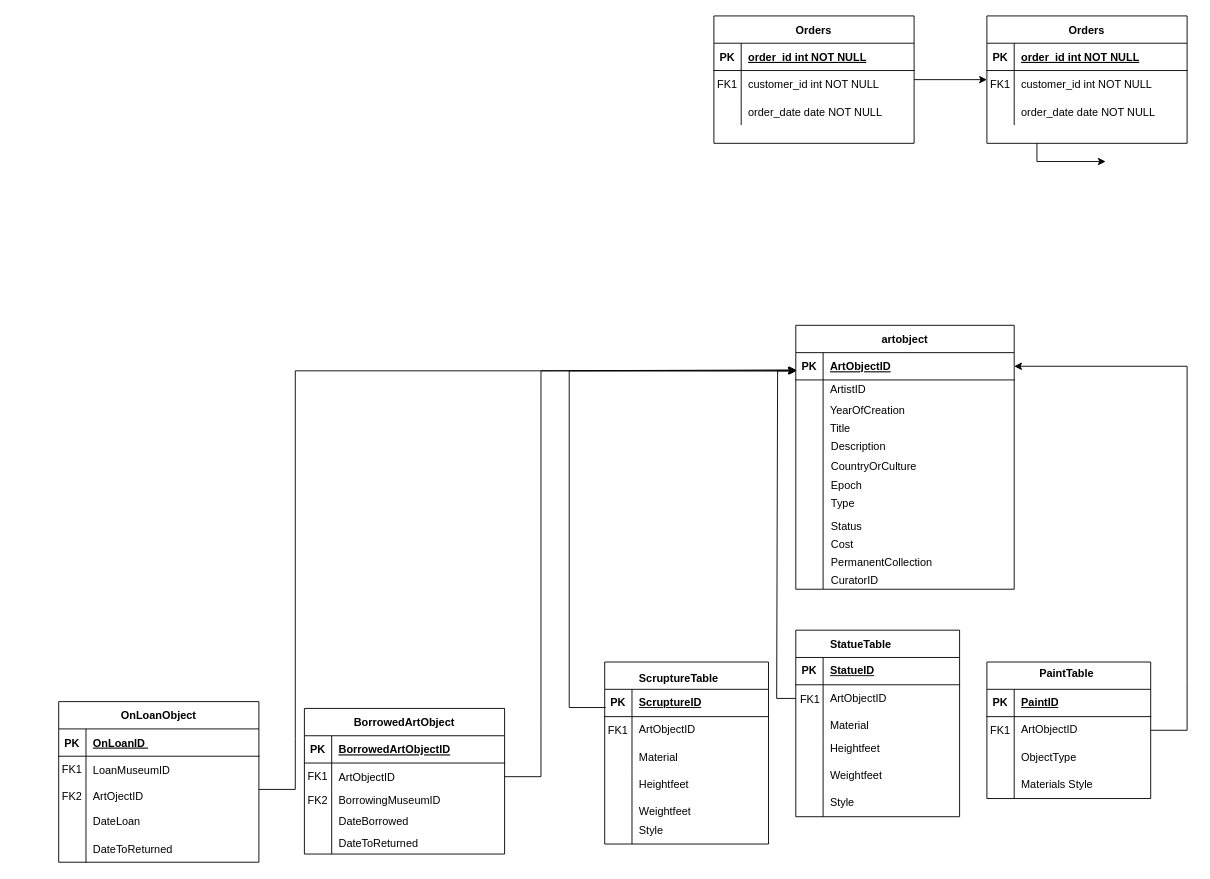
The draw.io diagram 未命名绘图.drawio in rz871256465/ERmodel, before the edit. Source tidied: cells renumbered, new cells numbered last; positions are measured from the earlier drawing's top-left corner, leaving out a move shared by most shapes. Both pictures are drawn from the tidied source at 91%, with x=0, y=0 at pixel (58, 15).
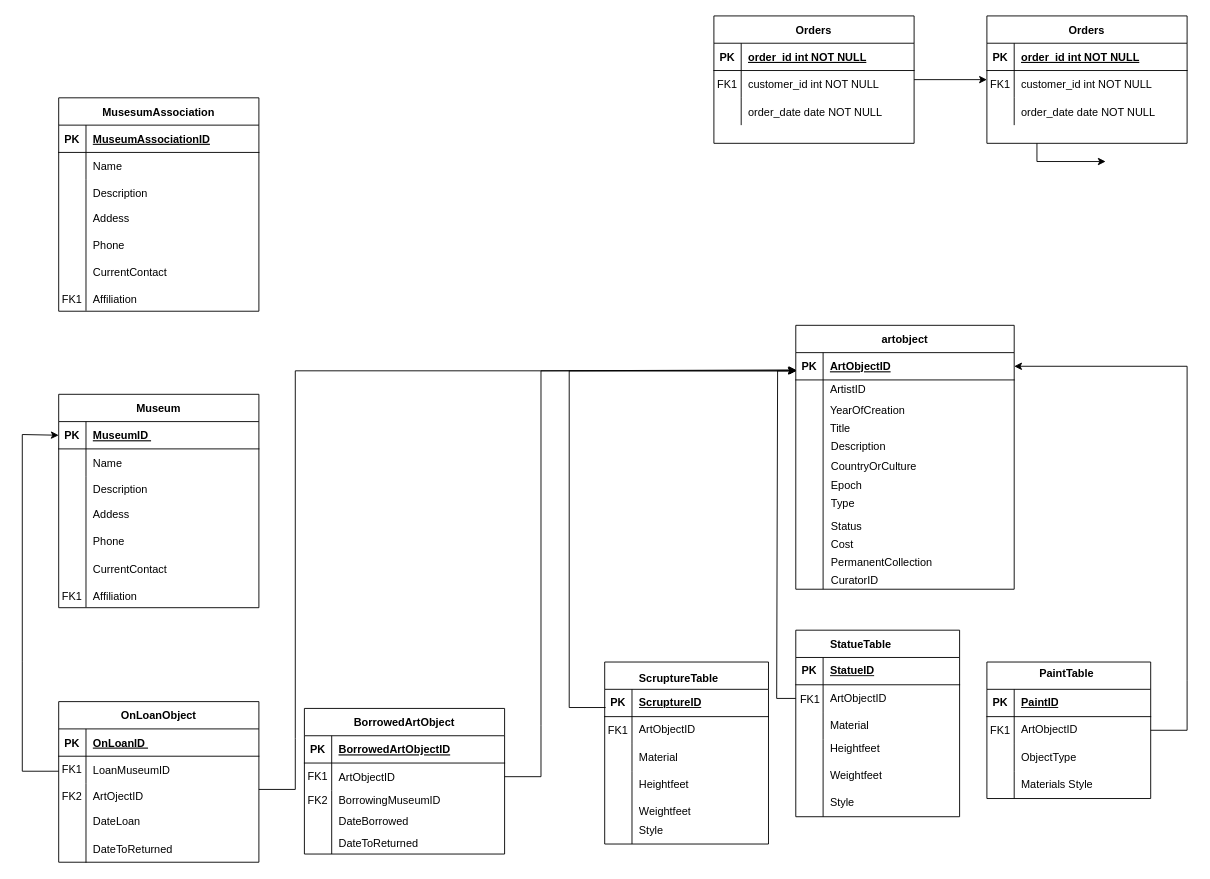
The same diagram, later.

Commit message (it also covers changes not shown here):
更新未命名绘图.drawio

The edit, as a diff of the source:
```diff
@@
+    <mxCell id="130" value="Museum" style="shape=table;startSize=30;childLayout=tableLayout;rowLines=0;fontStyle=1;align=center;" parent="1" vertex="1">
+      <mxGeometry y="415.8" width="220" height="234.5" as="geometry" />
+    </mxCell>
+    <mxCell id="131" style="shape=partialRectangle;fillColor=none;top=0;left=0;right=0;bottom=1;" parent="130" vertex="1">
+      <mxGeometry y="30" width="220" height="30" as="geometry" />
+    </mxCell>
+    <mxCell id="132" value="PK" style="shape=partialRectangle;overflow=hidden;fillColor=none;top=0;left=0;bottom=0;right=0;fontStyle=1;" parent="131" vertex="1">
+      <mxGeometry width="30" height="30" as="geometry" />
+    </mxCell>
+    <mxCell id="133" value="MuseumID " style="shape=partialRectangle;overflow=hidden;fillColor=none;top=0;left=0;bottom=0;right=0;align=left;spacingLeft=6;fontStyle=5;" parent="131" vertex="1">
+      <mxGeometry x="30" width="190" height="30" as="geometry" />
+    </mxCell>
+    <mxCell id="134" style="shape=partialRectangle;fillColor=none;top=0;left=0;right=0;bottom=0;" parent="130" vertex="1">
+      <mxGeometry y="60" width="220" height="30" as="geometry" />
+    </mxCell>
+    <mxCell id="135" style="shape=partialRectangle;overflow=hidden;fillColor=none;top=0;left=0;bottom=0;right=0;" parent="134" vertex="1">
+      <mxGeometry width="30" height="30" as="geometry" />
+    </mxCell>
+    <mxCell id="136" value="Name" style="shape=partialRectangle;overflow=hidden;fillColor=none;top=0;left=0;bottom=0;right=0;align=left;spacingLeft=6;" parent="134" vertex="1">
+      <mxGeometry x="30" width="190" height="30" as="geometry" />
+    </mxCell>
+    <mxCell id="137" style="shape=partialRectangle;fillColor=none;top=0;left=0;right=0;bottom=0;" parent="130" vertex="1">
+      <mxGeometry y="90" width="220" height="144" as="geometry" />
+    </mxCell>
+    <mxCell id="138" style="shape=partialRectangle;overflow=hidden;fillColor=none;top=0;left=0;bottom=0;right=0;" parent="137" vertex="1">
+      <mxGeometry width="30" height="144" as="geometry" />
+    </mxCell>
+    <mxCell id="139" style="shape=partialRectangle;overflow=hidden;fillColor=none;top=0;left=0;bottom=0;right=0;align=left;spacingLeft=6;" parent="137" vertex="1">
+      <mxGeometry x="30" width="190" height="144" as="geometry" />
+    </mxCell>
+    <mxCell id="140" value="Addess" style="shape=partialRectangle;overflow=hidden;fillColor=none;top=0;left=0;bottom=0;right=0;align=left;spacingLeft=6;" parent="1" vertex="1">
+      <mxGeometry x="30" y="532.2" width="190" height="30" as="geometry" />
+    </mxCell>
+    <mxCell id="141" value="Phone" style="shape=partialRectangle;overflow=hidden;fillColor=none;top=0;left=0;bottom=0;right=0;align=left;spacingLeft=6;" parent="1" vertex="1">
+      <mxGeometry x="30" y="562.2" width="190" height="30" as="geometry" />
+    </mxCell>
+    <mxCell id="142" value="FK1" style="shape=partialRectangle;overflow=hidden;fillColor=none;top=0;left=0;bottom=0;right=0;" parent="1" vertex="1">
+      <mxGeometry y="622.2" width="30" height="30" as="geometry" />
+    </mxCell>
+    <mxCell id="143" value="Description" style="shape=partialRectangle;overflow=hidden;fillColor=none;top=0;left=0;bottom=0;right=0;align=left;spacingLeft=6;" parent="1" vertex="1">
+      <mxGeometry x="30" y="504.8" width="190" height="30" as="geometry" />
+    </mxCell>
+    <mxCell id="144" value="CurrentContact" style="shape=partialRectangle;overflow=hidden;fillColor=none;top=0;left=0;bottom=0;right=0;align=left;spacingLeft=6;" parent="1" vertex="1">
+      <mxGeometry x="30" y="592.2" width="190" height="30" as="geometry" />
+    </mxCell>
+    <mxCell id="145" value="Affiliation" style="shape=partialRectangle;overflow=hidden;fillColor=none;top=0;left=0;bottom=0;right=0;align=left;spacingLeft=6;" parent="1" vertex="1">
+      <mxGeometry x="30" y="622.2" width="190" height="30" as="geometry" />
+    </mxCell>
+    <mxCell id="146" style="endArrow=classic;html=1;rounded=0;entryX=0;entryY=0.5;entryDx=0;entryDy=0;" parent="1" edge="1">
+      <mxGeometry relative="1" as="geometry">
+        <mxPoint y="830" as="sourcePoint" />
+        <mxPoint y="460.8" as="targetPoint" />
+        <Array as="points">
+          <mxPoint x="-40" y="830" />
+          <mxPoint x="-40" y="709" />
+          <mxPoint x="-40" y="460" />
+        </Array>
+      </mxGeometry>
+    </mxCell>
+    <mxCell id="147" value="MusesumAssociation" style="shape=table;startSize=30;childLayout=tableLayout;rowLines=0;fontStyle=1;align=center;" parent="1" vertex="1">
+      <mxGeometry y="90" width="220" height="234.5" as="geometry" />
+    </mxCell>
+    <mxCell id="148" style="shape=partialRectangle;fillColor=none;top=0;left=0;right=0;bottom=1;" parent="147" vertex="1">
+      <mxGeometry y="30" width="220" height="30" as="geometry" />
+    </mxCell>
+    <mxCell id="149" value="PK" style="shape=partialRectangle;overflow=hidden;fillColor=none;top=0;left=0;bottom=0;right=0;fontStyle=1;" parent="148" vertex="1">
+      <mxGeometry width="30" height="30" as="geometry" />
+    </mxCell>
+    <mxCell id="150" value="MuseumAssociationID" style="shape=partialRectangle;overflow=hidden;fillColor=none;top=0;left=0;bottom=0;right=0;align=left;spacingLeft=6;fontStyle=5;" parent="148" vertex="1">
+      <mxGeometry x="30" width="190" height="30" as="geometry" />
+    </mxCell>
+    <mxCell id="151" style="shape=partialRectangle;fillColor=none;top=0;left=0;right=0;bottom=0;" parent="147" vertex="1">
+      <mxGeometry y="60" width="220" height="30" as="geometry" />
+    </mxCell>
+    <mxCell id="152" style="shape=partialRectangle;overflow=hidden;fillColor=none;top=0;left=0;bottom=0;right=0;" parent="151" vertex="1">
+      <mxGeometry width="30" height="30" as="geometry" />
+    </mxCell>
+    <mxCell id="153" value="Name" style="shape=partialRectangle;overflow=hidden;fillColor=none;top=0;left=0;bottom=0;right=0;align=left;spacingLeft=6;" parent="151" vertex="1">
+      <mxGeometry x="30" width="190" height="30" as="geometry" />
+    </mxCell>
+    <mxCell id="154" style="shape=partialRectangle;fillColor=none;top=0;left=0;right=0;bottom=0;" parent="147" vertex="1">
+      <mxGeometry y="90" width="220" height="144" as="geometry" />
+    </mxCell>
+    <mxCell id="155" style="shape=partialRectangle;overflow=hidden;fillColor=none;top=0;left=0;bottom=0;right=0;" parent="154" vertex="1">
+      <mxGeometry width="30" height="144" as="geometry" />
+    </mxCell>
+    <mxCell id="156" style="shape=partialRectangle;overflow=hidden;fillColor=none;top=0;left=0;bottom=0;right=0;align=left;spacingLeft=6;" parent="154" vertex="1">
+      <mxGeometry x="30" width="190" height="144" as="geometry" />
+    </mxCell>
+    <mxCell id="157" value="Addess" style="shape=partialRectangle;overflow=hidden;fillColor=none;top=0;left=0;bottom=0;right=0;align=left;spacingLeft=6;" parent="1" vertex="1">
+      <mxGeometry x="30" y="206.5" width="190" height="30" as="geometry" />
+    </mxCell>
+    <mxCell id="158" value="Phone" style="shape=partialRectangle;overflow=hidden;fillColor=none;top=0;left=0;bottom=0;right=0;align=left;spacingLeft=6;" parent="1" vertex="1">
+      <mxGeometry x="30" y="236.5" width="190" height="30" as="geometry" />
+    </mxCell>
+    <mxCell id="159" value="FK1" style="shape=partialRectangle;overflow=hidden;fillColor=none;top=0;left=0;bottom=0;right=0;" parent="1" vertex="1">
+      <mxGeometry y="296.5" width="30" height="30" as="geometry" />
+    </mxCell>
+    <mxCell id="160" value="Description" style="shape=partialRectangle;overflow=hidden;fillColor=none;top=0;left=0;bottom=0;right=0;align=left;spacingLeft=6;" parent="1" vertex="1">
+      <mxGeometry x="30" y="179" width="190" height="30" as="geometry" />
+    </mxCell>
+    <mxCell id="161" value="CurrentContact" style="shape=partialRectangle;overflow=hidden;fillColor=none;top=0;left=0;bottom=0;right=0;align=left;spacingLeft=6;" parent="1" vertex="1">
+      <mxGeometry x="30" y="266.5" width="190" height="30" as="geometry" />
+    </mxCell>
+    <mxCell id="162" value="Affiliation" style="shape=partialRectangle;overflow=hidden;fillColor=none;top=0;left=0;bottom=0;right=0;align=left;spacingLeft=6;" parent="1" vertex="1">
+      <mxGeometry x="30" y="296.5" width="190" height="30" as="geometry" />
+    </mxCell>
```
